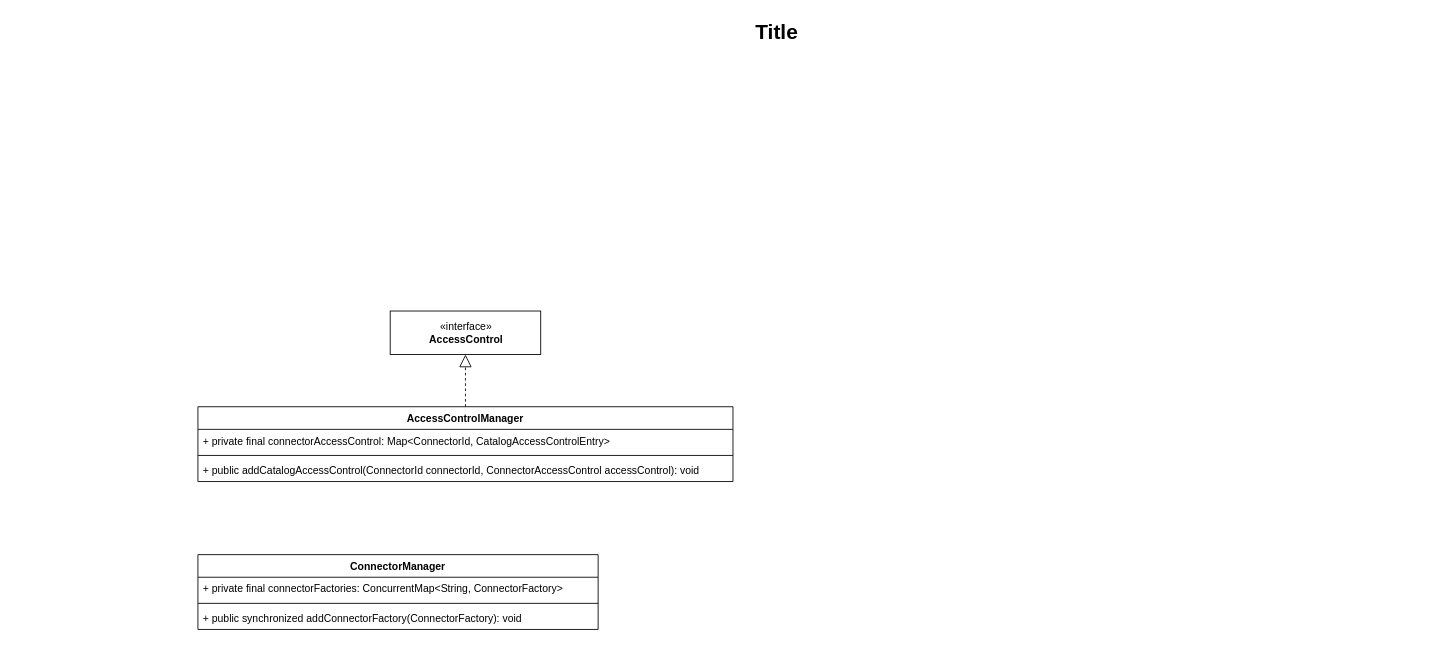
Before: PrestoAccessControlUML.drawio in chuanjian666/drawio, a draw.io diagram. Source tidied: cells renumbered, new cells numbered last; positions are measured from the earlier drawing's top-left corner, leaving out a move shared by most shapes. Both pictures are drawn from the tidied source at 87%, with x=0, y=0 at pixel (119, 15).
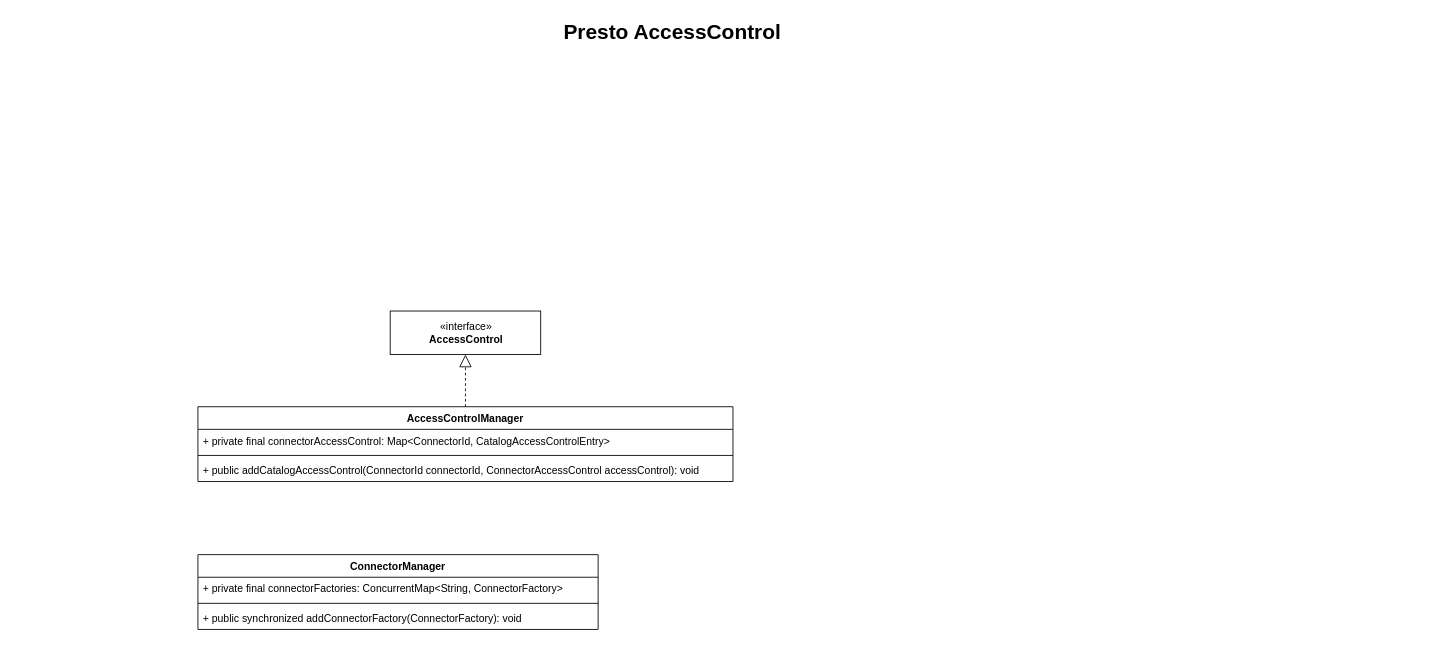
After the change.

The edit, as a diff of the source:
```diff
@@
 <mxGraphModel>
   <root>
     <mxCell id="0" />
     <mxCell id="1" parent="0" />
-    <mxCell id="2" value="Title" style="text;strokeColor=none;fillColor=none;html=1;fontSize=24;fontStyle=1;verticalAlign=middle;align=center;" parent="1" vertex="1">
-      <mxGeometry width="1510" height="40" as="geometry" />
+    <mxCell id="2" value="Presto AccessControl" style="text;strokeColor=none;fillColor=none;html=1;fontSize=24;fontStyle=1;verticalAlign=middle;align=center;" parent="1" vertex="1">
+      <mxGeometry x="-120" width="1510" height="40" as="geometry" />
     </mxCell>
     <mxCell id="3" value="«interface»&lt;br&gt;&lt;b&gt;AccessControl&lt;/b&gt;" style="html=1;" parent="1" vertex="1">
       <mxGeometry x="311" y="340" width="173" height="50" as="geometry" />
     </mxCell>
     <mxCell id="4" style="endArrow=block;dashed=1;endFill=0;endSize=12;html=1;entryX=0.5;entryY=1;entryDx=0;entryDy=0;exitX=0.5;exitY=0;exitDx=0;exitDy=0;" parent="1" edge="1" source="5" target="3">
       <mxGeometry relative="1" as="geometry" />
     </mxCell>
     <mxCell id="5" value="AccessControlManager" style="swimlane;fontStyle=1;align=center;verticalAlign=top;horizontal=1;startSize=26;" parent="1" vertex="1">
       <mxGeometry x="90" y="450" width="615" height="86" as="geometry" />
     </mxCell>
     <mxCell id="6" value="+ private final connectorAccessControl: Map&lt;ConnectorId, CatalogAccessControlEntry&gt;" style="text;strokeColor=none;fillColor=none;align=left;verticalAlign=top;spacingLeft=4;spacingRight=4;overflow=hidden;" parent="5" vertex="1">
       <mxGeometry y="26" width="615" height="26" as="geometry" />
     </mxCell>
     <mxCell id="7" style="line;strokeWidth=1;fillColor=none;align=left;verticalAlign=middle;spacingTop=-1;spacingLeft=3;spacingRight=3;labelPosition=right;" parent="5" vertex="1">
       <mxGeometry y="52" width="615" height="8" as="geometry" />
     </mxCell>
     <mxCell id="8" value="+ public addCatalogAccessControl(ConnectorId connectorId, ConnectorAccessControl accessControl): void&#10;" style="text;strokeColor=none;fillColor=none;align=left;verticalAlign=top;spacingLeft=4;spacingRight=4;overflow=hidden;" parent="5" vertex="1">
       <mxGeometry y="60" width="615" height="26" as="geometry" />
     </mxCell>
     <mxCell id="9" value="ConnectorManager" style="swimlane;fontStyle=1;align=center;verticalAlign=top;horizontal=1;startSize=26;" parent="1" vertex="1">
       <mxGeometry x="90" y="620" width="460" height="86" as="geometry" />
     </mxCell>
     <mxCell id="10" value="+ private final connectorFactories: ConcurrentMap&lt;String, ConnectorFactory&gt; " style="text;strokeColor=none;fillColor=none;align=left;verticalAlign=top;spacingLeft=4;spacingRight=4;overflow=hidden;" parent="9" vertex="1">
       <mxGeometry y="26" width="460" height="26" as="geometry" />
     </mxCell>
     <mxCell id="11" style="line;strokeWidth=1;fillColor=none;align=left;verticalAlign=middle;spacingTop=-1;spacingLeft=3;spacingRight=3;labelPosition=right;" parent="9" vertex="1">
       <mxGeometry y="52" width="460" height="8" as="geometry" />
     </mxCell>
     <mxCell id="12" value="+ public synchronized addConnectorFactory(ConnectorFactory): void&#10;" style="text;strokeColor=none;fillColor=none;align=left;verticalAlign=top;spacingLeft=4;spacingRight=4;overflow=hidden;" parent="9" vertex="1">
       <mxGeometry y="60" width="460" height="26" as="geometry" />
     </mxCell>
   </root>
 </mxGraphModel>
```
